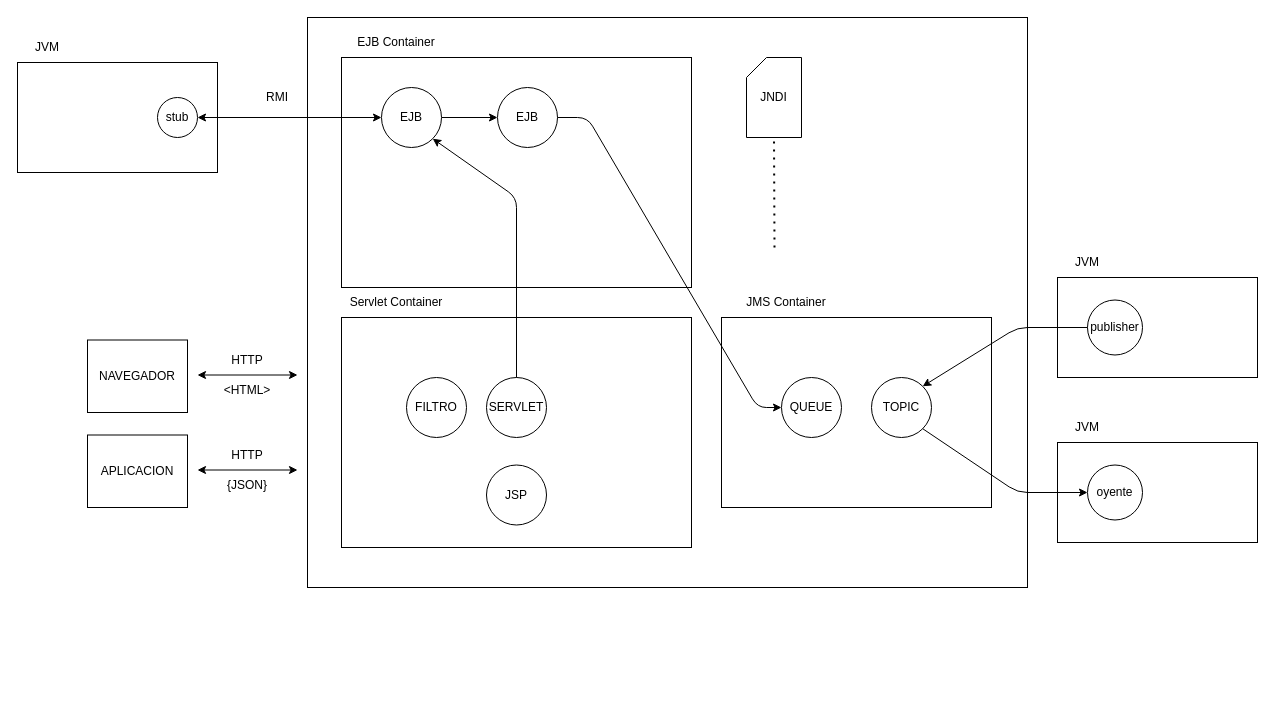
lrag/JEE keeps this draw.io diagram as page "Página-2" (2 of 30) of diagramas.drawio. Above is the earlier version. Source tidied: cells renumbered, new cells numbered last; positions are measured from the earlier drawing's top-left corner, leaving out a move shared by most shapes. Both pictures are drawn from the tidied source at 100%, with x=0, y=0 at pixel (17, 17).
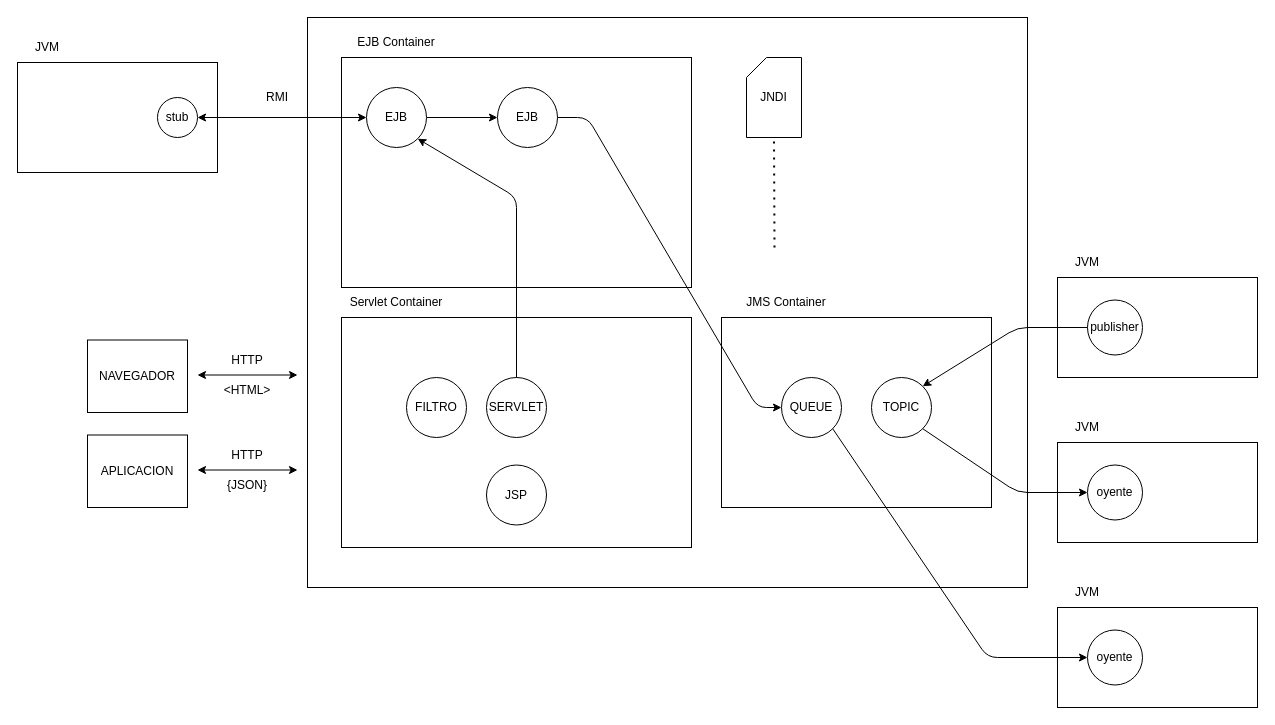
After the change.

The change refers to these unchanged cells:
```xml
<mxCell id="15" value="QUEUE" style="ellipse;whiteSpace=wrap;html=1;" parent="1" vertex="1">
  <mxGeometry x="764" y="360" width="60" height="60" as="geometry" />
</mxCell>
```

The edit, as a diff of the source:
```diff
@@
     <mxCell id="14" value="EJB" style="ellipse;whiteSpace=wrap;html=1;" parent="1" vertex="1">
-      <mxGeometry x="364" y="70" width="60" height="60" as="geometry" />
+      <mxGeometry x="349" y="70" width="60" height="60" as="geometry" />
     </mxCell>
@@
+    <mxCell id="42" style="rounded=0;whiteSpace=wrap;html=1;" parent="1" vertex="1">
+      <mxGeometry x="1040" y="590" width="200" height="100" as="geometry" />
+    </mxCell>
+    <mxCell id="43" value="oyente" style="ellipse;whiteSpace=wrap;html=1;" parent="1" vertex="1">
+      <mxGeometry x="1070" y="612.5" width="55" height="55" as="geometry" />
+    </mxCell>
+    <mxCell id="44" value="JVM" style="text;html=1;strokeColor=none;fillColor=none;align=center;verticalAlign=middle;whiteSpace=wrap;rounded=0;" parent="1" vertex="1">
+      <mxGeometry x="1040" y="560" width="60" height="30" as="geometry" />
+    </mxCell>
+    <mxCell id="45" style="endArrow=classic;html=1;rounded=1;exitX=1;exitY=1;exitDx=0;exitDy=0;entryX=0;entryY=0.5;entryDx=0;entryDy=0;" parent="1" edge="1" source="15" target="43">
+      <mxGeometry relative="1" as="geometry">
+        <Array as="points">
+          <mxPoint x="970" y="640" />
+        </Array>
+      </mxGeometry>
+    </mxCell>
```
